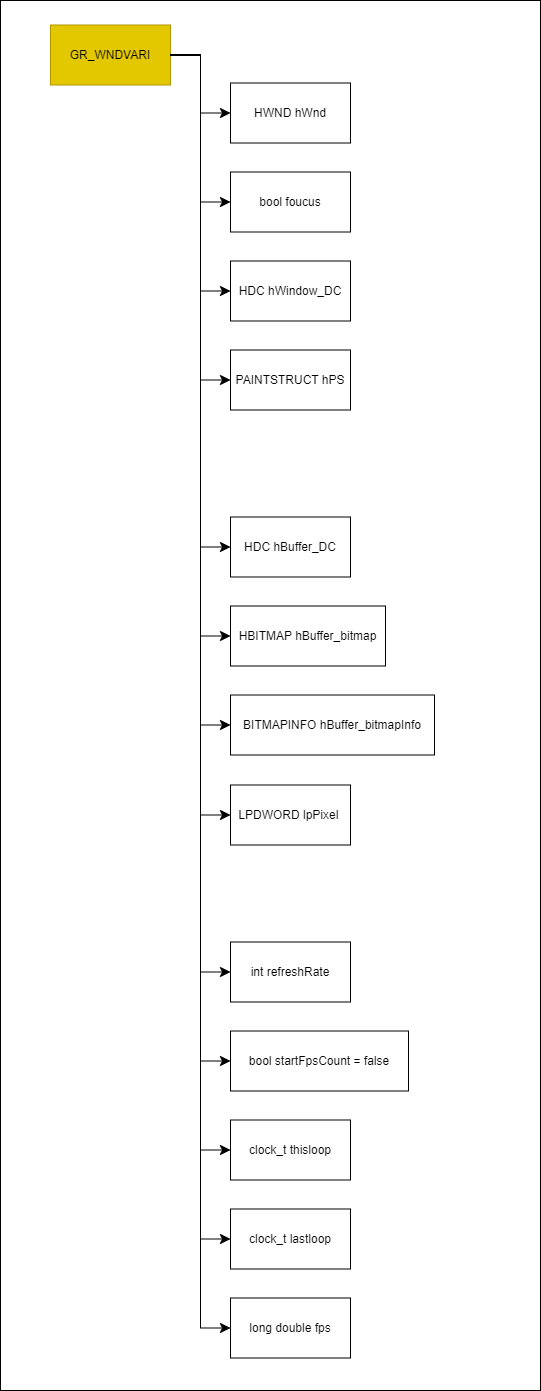
Tanso-mct/GLPA keeps this draw.io diagram as drawio/main/h.drawio.png. Above is the earlier version. Source tidied: cells renumbered, new cells last; positions are measured from the earlier drawing's top-left corner, leaving out a move shared by most shapes.
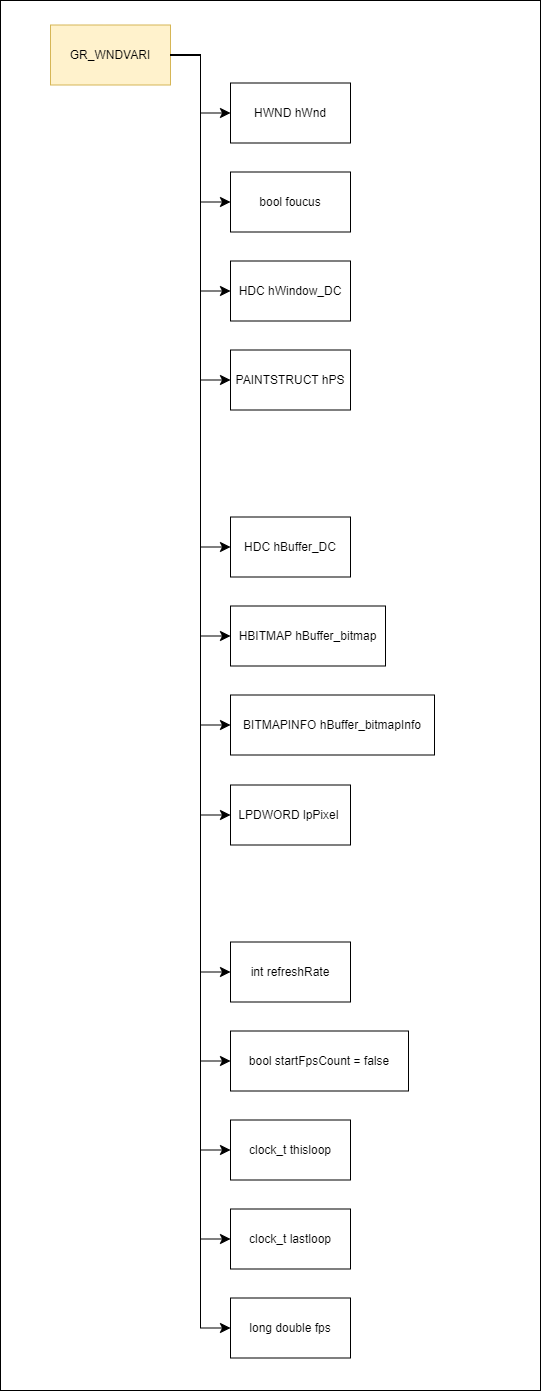
The same diagram one commit later.

What changed in the source:
```diff
@@ -6,7 +6,7 @@
       <mxGeometry width="540" height="1390" as="geometry" />
     </mxCell>
     <mxCell id="3" value="work" parent="0" />
-    <mxCell id="4" value="GR_WNDVARI" style="whiteSpace=wrap;html=1;fillColor=#e3c800;fontColor=#000000;strokeColor=#B09500;" parent="3" vertex="1">
+    <mxCell id="4" value="GR_WNDVARI" style="whiteSpace=wrap;html=1;fillColor=#fff2cc;strokeColor=#d6b656;" parent="3" vertex="1">
       <mxGeometry x="50" y="24.5" width="120" height="60" as="geometry" />
     </mxCell>
     <mxCell id="5" value="HWND hWnd" style="whiteSpace=wrap;html=1;" parent="3" vertex="1">
```
